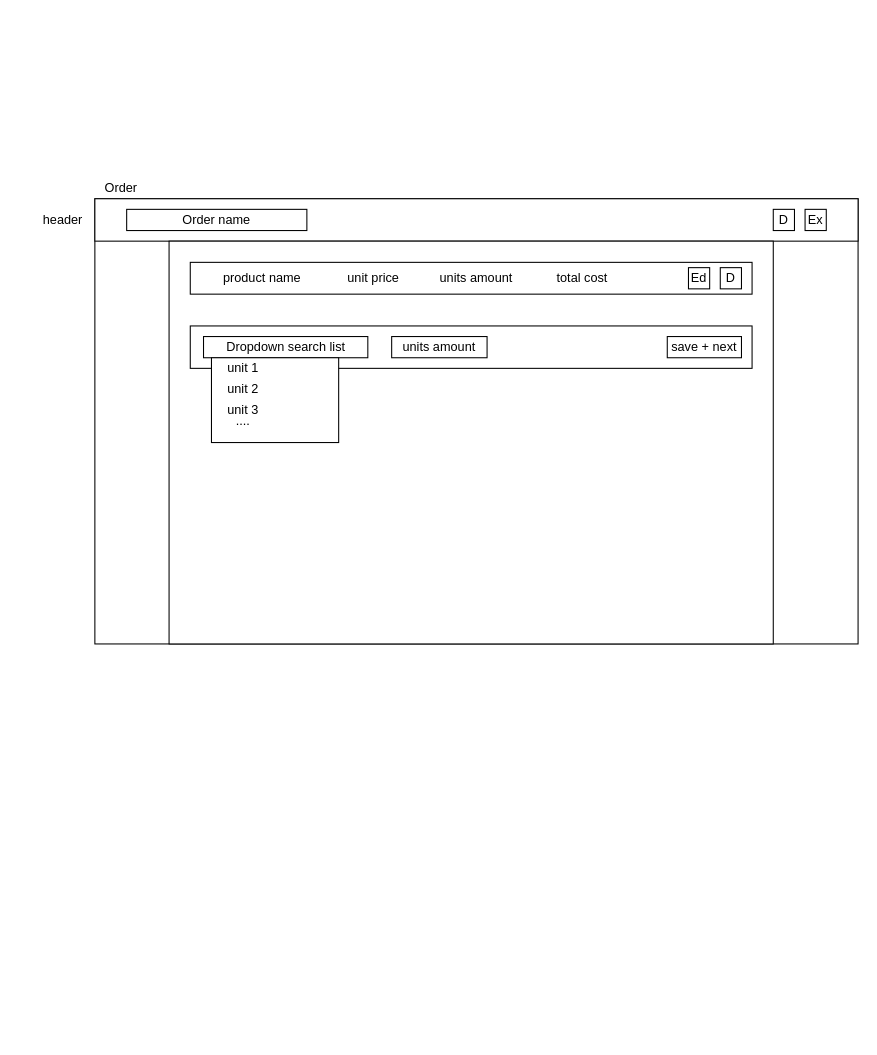
The draw.io diagram CalculatorLayout.drawio in PavelMikh/GoodsCostCalculator, before the edit. Source tidied: cells renumbered, new cells numbered last; positions are measured from the earlier drawing's top-left corner, leaving out a move shared by most shapes. Both pictures are drawn from the tidied source at 106%, with x=0, y=0 at pixel (41, 177).
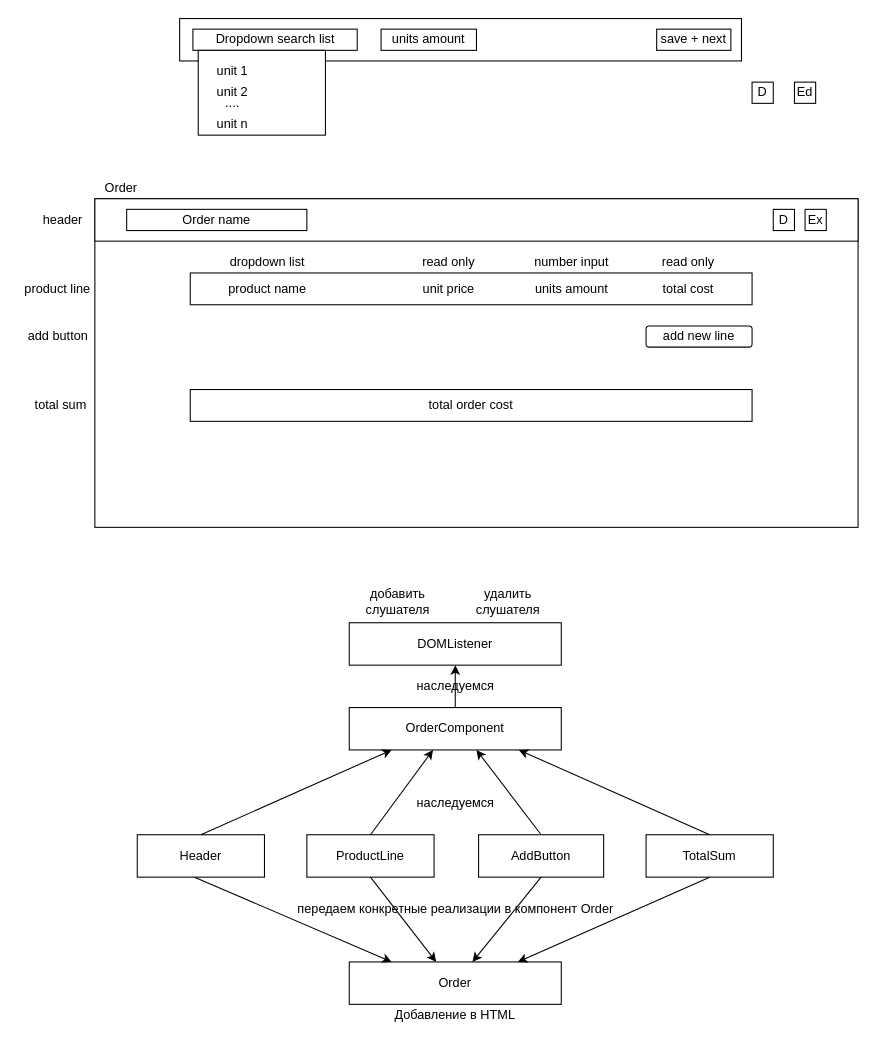
Above is the later version.

Change to the diagram source:
```diff
@@
     <mxCell id="2" style="rounded=0;whiteSpace=wrap;html=1;" parent="1" vertex="1">
-      <mxGeometry x="50" y="20" width="720" height="420" as="geometry" />
+      <mxGeometry x="50" y="20" width="720" height="310" as="geometry" />
     </mxCell>
@@
-    <mxCell id="9" style="rounded=0;whiteSpace=wrap;html=1;" parent="1" vertex="1">
-      <mxGeometry x="120" y="60" width="570" height="380" as="geometry" />
-    </mxCell>
     <mxCell id="10" style="rounded=0;whiteSpace=wrap;html=1;" parent="1" vertex="1">
-      <mxGeometry x="140" y="80" width="530" height="30" as="geometry" />
+      <mxGeometry x="140" y="90" width="530" height="30" as="geometry" />
     </mxCell>
     <mxCell id="11" value="product name" style="text;html=1;strokeColor=none;fillColor=none;align=center;verticalAlign=middle;whiteSpace=wrap;rounded=0;" parent="1" vertex="1">
-      <mxGeometry x="152.5" y="85" width="110" height="20" as="geometry" />
+      <mxGeometry x="157.5" y="95" width="110" height="20" as="geometry" />
     </mxCell>
     <mxCell id="12" value="units amount" style="text;html=1;strokeColor=none;fillColor=none;align=center;verticalAlign=middle;whiteSpace=wrap;rounded=0;" parent="1" vertex="1">
-      <mxGeometry x="360" y="85" width="100" height="20" as="geometry" />
+      <mxGeometry x="450" y="95" width="100" height="20" as="geometry" />
     </mxCell>
     <mxCell id="13" value="unit price" style="text;html=1;strokeColor=none;fillColor=none;align=center;verticalAlign=middle;whiteSpace=wrap;rounded=0;" parent="1" vertex="1">
-      <mxGeometry x="262.5" y="85" width="100" height="20" as="geometry" />
+      <mxGeometry x="334" y="95" width="100" height="20" as="geometry" />
     </mxCell>
     <mxCell id="14" value="total cost" style="text;html=1;strokeColor=none;fillColor=none;align=center;verticalAlign=middle;whiteSpace=wrap;rounded=0;" parent="1" vertex="1">
-      <mxGeometry x="460" y="85" width="100" height="20" as="geometry" />
+      <mxGeometry x="560" y="95" width="100" height="20" as="geometry" />
     </mxCell>
+    <mxCell id="19" value="Ed" style="whiteSpace=wrap;html=1;" parent="1" vertex="1">
+      <mxGeometry x="710" y="-90" width="20" height="20" as="geometry" />
+    </mxCell>
+    <mxCell id="20" value="D" style="whiteSpace=wrap;html=1;" parent="1" vertex="1">
+      <mxGeometry x="670" y="-90" width="20" height="20" as="geometry" />
+    </mxCell>
+    <mxCell id="26" value="product line" style="text;html=1;strokeColor=none;fillColor=none;align=center;verticalAlign=middle;whiteSpace=wrap;rounded=0;" parent="1" vertex="1">
+      <mxGeometry x="-20" y="95" width="70" height="20" as="geometry" />
+    </mxCell>
+    <mxCell id="27" style="group;" parent="1" vertex="1">
+      <mxGeometry x="130" y="-150" width="530" height="110" as="geometry" />
+    </mxCell>
-    <mxCell id="15" style="rounded=0;whiteSpace=wrap;html=1;" parent="1" vertex="1">
-      <mxGeometry x="140" y="140" width="530" height="40" as="geometry" />
+    <mxCell id="15" style="rounded=0;whiteSpace=wrap;html=1;" parent="27" vertex="1">
+      <mxGeometry width="530" height="40" as="geometry" />
     </mxCell>
-    <mxCell id="16" value="Dropdown search list" style="rounded=0;whiteSpace=wrap;html=1;" parent="1" vertex="1">
-      <mxGeometry x="152.5" y="150" width="155" height="20" as="geometry" />
+    <mxCell id="16" value="Dropdown search list" style="rounded=0;whiteSpace=wrap;html=1;" parent="27" vertex="1">
+      <mxGeometry x="12.5" y="10" width="155" height="20" as="geometry" />
     </mxCell>
-    <mxCell id="17" style="rounded=0;whiteSpace=wrap;html=1;" parent="1" vertex="1">
-      <mxGeometry x="160" y="170" width="120" height="80" as="geometry" />
+    <mxCell id="17" style="rounded=0;whiteSpace=wrap;html=1;" parent="27" vertex="1">
+      <mxGeometry x="17.5" y="30" width="120" height="80" as="geometry" />
     </mxCell>
-    <mxCell id="18" value="units amount" style="rounded=0;whiteSpace=wrap;html=1;" parent="1" vertex="1">
-      <mxGeometry x="330" y="150" width="90" height="20" as="geometry" />
+    <mxCell id="18" value="units amount" style="rounded=0;whiteSpace=wrap;html=1;" parent="27" vertex="1">
+      <mxGeometry x="190" y="10" width="90" height="20" as="geometry" />
     </mxCell>
-    <mxCell id="19" value="Ed" style="whiteSpace=wrap;html=1;" parent="1" vertex="1">
-      <mxGeometry x="610" y="85" width="20" height="20" as="geometry" />
-    </mxCell>
-    <mxCell id="20" value="D" style="whiteSpace=wrap;html=1;" parent="1" vertex="1">
-      <mxGeometry x="640" y="85" width="20" height="20" as="geometry" />
-    </mxCell>
-    <mxCell id="21" value="save + next" style="rounded=0;whiteSpace=wrap;html=1;" parent="1" vertex="1">
-      <mxGeometry x="590" y="150" width="70" height="20" as="geometry" />
+    <mxCell id="21" value="save + next" style="rounded=0;whiteSpace=wrap;html=1;" parent="27" vertex="1">
+      <mxGeometry x="450" y="10" width="70" height="20" as="geometry" />
     </mxCell>
-    <mxCell id="22" value="unit 1" style="text;html=1;strokeColor=none;fillColor=none;align=center;verticalAlign=middle;whiteSpace=wrap;rounded=0;" parent="1" vertex="1">
-      <mxGeometry x="170" y="170" width="40" height="20" as="geometry" />
+    <mxCell id="22" value="unit 1" style="text;html=1;strokeColor=none;fillColor=none;align=center;verticalAlign=middle;whiteSpace=wrap;rounded=0;" parent="27" vertex="1">
+      <mxGeometry x="30" y="40" width="40" height="20" as="geometry" />
     </mxCell>
-    <mxCell id="23" value="unit 2" style="text;html=1;strokeColor=none;fillColor=none;align=center;verticalAlign=middle;whiteSpace=wrap;rounded=0;" parent="1" vertex="1">
-      <mxGeometry x="170" y="190" width="40" height="20" as="geometry" />
-    </mxCell>
-    <mxCell id="24" value="unit 3" style="text;html=1;strokeColor=none;fillColor=none;align=center;verticalAlign=middle;whiteSpace=wrap;rounded=0;" parent="1" vertex="1">
-      <mxGeometry x="170" y="210" width="40" height="20" as="geometry" />
+    <mxCell id="24" value="unit n" style="text;html=1;strokeColor=none;fillColor=none;align=center;verticalAlign=middle;whiteSpace=wrap;rounded=0;" parent="27" vertex="1">
+      <mxGeometry x="30" y="90" width="40" height="20" as="geometry" />
     </mxCell>
-    <mxCell id="25" value="...." style="text;html=1;strokeColor=none;fillColor=none;align=center;verticalAlign=middle;whiteSpace=wrap;rounded=0;" parent="1" vertex="1">
-      <mxGeometry x="170" y="220" width="40" height="20" as="geometry" />
+    <mxCell id="25" value="...." style="text;html=1;strokeColor=none;fillColor=none;align=center;verticalAlign=middle;whiteSpace=wrap;rounded=0;" parent="27" vertex="1">
+      <mxGeometry x="30" y="70" width="40" height="20" as="geometry" />
     </mxCell>
+    <mxCell id="23" value="unit 2" style="text;html=1;strokeColor=none;fillColor=none;align=center;verticalAlign=middle;whiteSpace=wrap;rounded=0;" parent="27" vertex="1">
+      <mxGeometry x="30" y="60" width="40" height="20" as="geometry" />
+    </mxCell>
+    <mxCell id="28" value="dropdown list" style="text;html=1;strokeColor=none;fillColor=none;align=center;verticalAlign=middle;whiteSpace=wrap;rounded=0;" parent="1" vertex="1">
+      <mxGeometry x="168.5" y="70" width="88" height="20" as="geometry" />
+    </mxCell>
+    <mxCell id="29" value="read only" style="text;html=1;strokeColor=none;fillColor=none;align=center;verticalAlign=middle;whiteSpace=wrap;rounded=0;" parent="1" vertex="1">
+      <mxGeometry x="356" y="70" width="56" height="20" as="geometry" />
+    </mxCell>
+    <mxCell id="30" value="read only" style="text;html=1;strokeColor=none;fillColor=none;align=center;verticalAlign=middle;whiteSpace=wrap;rounded=0;" parent="1" vertex="1">
+      <mxGeometry x="580" y="70" width="60" height="20" as="geometry" />
+    </mxCell>
+    <mxCell id="31" value="number input" style="text;html=1;strokeColor=none;fillColor=none;align=center;verticalAlign=middle;whiteSpace=wrap;rounded=0;" parent="1" vertex="1">
+      <mxGeometry x="460" y="70" width="80" height="20" as="geometry" />
+    </mxCell>
+    <mxCell id="32" value="add new line" style="rounded=1;whiteSpace=wrap;html=1;" parent="1" vertex="1">
+      <mxGeometry x="570" y="140" width="100" height="20" as="geometry" />
+    </mxCell>
+    <mxCell id="33" value="total order cost" style="rounded=0;whiteSpace=wrap;html=1;" parent="1" vertex="1">
+      <mxGeometry x="140" y="200" width="530" height="30" as="geometry" />
+    </mxCell>
+    <mxCell id="34" value="add button" style="text;html=1;strokeColor=none;fillColor=none;align=center;verticalAlign=middle;whiteSpace=wrap;rounded=0;" parent="1" vertex="1">
+      <mxGeometry x="-22.5" y="140" width="75" height="20" as="geometry" />
+    </mxCell>
+    <mxCell id="35" value="total sum" style="text;html=1;strokeColor=none;fillColor=none;align=center;verticalAlign=middle;whiteSpace=wrap;rounded=0;" parent="1" vertex="1">
+      <mxGeometry x="-17.5" y="205" width="70" height="20" as="geometry" />
+    </mxCell>
+    <mxCell id="36" value="DOMListener" style="rounded=0;whiteSpace=wrap;html=1;" parent="1" vertex="1">
+      <mxGeometry x="290" y="420" width="200" height="40" as="geometry" />
+    </mxCell>
+    <mxCell id="37" style="endArrow=classic;html=1;exitX=0.5;exitY=0;exitDx=0;exitDy=0;entryX=0.5;entryY=1;entryDx=0;entryDy=0;" parent="1" edge="1" source="38" target="36">
+      <mxGeometry relative="1" as="geometry" />
+    </mxCell>
+    <mxCell id="38" value="OrderComponent" style="rounded=0;whiteSpace=wrap;html=1;" parent="1" vertex="1">
+      <mxGeometry x="290" y="500" width="200" height="40" as="geometry" />
+    </mxCell>
+    <mxCell id="39" value="Header" style="rounded=0;whiteSpace=wrap;html=1;" parent="1" vertex="1">
+      <mxGeometry x="90" y="620" width="120" height="40" as="geometry" />
+    </mxCell>
+    <mxCell id="40" value="ProductLine" style="rounded=0;whiteSpace=wrap;html=1;" parent="1" vertex="1">
+      <mxGeometry x="250" y="620" width="120" height="40" as="geometry" />
+    </mxCell>
+    <mxCell id="41" value="AddButton" style="rounded=0;whiteSpace=wrap;html=1;" parent="1" vertex="1">
+      <mxGeometry x="412" y="620" width="118" height="40" as="geometry" />
+    </mxCell>
+    <mxCell id="42" value="TotalSum" style="rounded=0;whiteSpace=wrap;html=1;" parent="1" vertex="1">
+      <mxGeometry x="570" y="620" width="120" height="40" as="geometry" />
+    </mxCell>
+    <mxCell id="43" style="endArrow=classic;html=1;exitX=0.5;exitY=0;exitDx=0;exitDy=0;" parent="1" edge="1" source="39">
+      <mxGeometry relative="1" as="geometry">
+        <mxPoint x="330" y="540" as="targetPoint" />
+      </mxGeometry>
+    </mxCell>
+    <mxCell id="44" style="endArrow=classic;html=1;exitX=0.5;exitY=0;exitDx=0;exitDy=0;" parent="1" edge="1" source="40">
+      <mxGeometry relative="1" as="geometry">
+        <mxPoint x="369" y="540" as="targetPoint" />
+      </mxGeometry>
+    </mxCell>
+    <mxCell id="45" style="endArrow=classic;html=1;exitX=0.5;exitY=0;exitDx=0;exitDy=0;" parent="1" edge="1" source="41">
+      <mxGeometry relative="1" as="geometry">
+        <mxPoint x="410" y="540" as="targetPoint" />
+      </mxGeometry>
+    </mxCell>
+    <mxCell id="46" style="endArrow=classic;html=1;exitX=0.5;exitY=0;exitDx=0;exitDy=0;" parent="1" edge="1" source="42">
+      <mxGeometry relative="1" as="geometry">
+        <mxPoint x="450" y="540" as="targetPoint" />
+      </mxGeometry>
+    </mxCell>
+    <mxCell id="47" value="Order" style="rounded=0;whiteSpace=wrap;html=1;" parent="1" vertex="1">
+      <mxGeometry x="290" y="740" width="200" height="40" as="geometry" />
+    </mxCell>
+    <mxCell id="48" style="endArrow=classic;html=1;exitX=0.45;exitY=1;exitDx=0;exitDy=0;exitPerimeter=0;entryX=0.2;entryY=0;entryDx=0;entryDy=0;entryPerimeter=0;" parent="1" edge="1" source="39" target="47">
+      <mxGeometry relative="1" as="geometry" />
+    </mxCell>
+    <mxCell id="49" style="endArrow=classic;html=1;exitX=0.5;exitY=1;exitDx=0;exitDy=0;entryX=0.41;entryY=0;entryDx=0;entryDy=0;entryPerimeter=0;" parent="1" edge="1" source="40" target="47">
+      <mxGeometry relative="1" as="geometry" />
+    </mxCell>
+    <mxCell id="50" style="endArrow=classic;html=1;exitX=0.5;exitY=1;exitDx=0;exitDy=0;" parent="1" edge="1" source="41" target="47">
+      <mxGeometry relative="1" as="geometry" />
+    </mxCell>
+    <mxCell id="51" style="endArrow=classic;html=1;exitX=0.5;exitY=1;exitDx=0;exitDy=0;" parent="1" edge="1" source="42">
+      <mxGeometry relative="1" as="geometry">
+        <mxPoint x="449" y="740" as="targetPoint" />
+      </mxGeometry>
+    </mxCell>
+    <mxCell id="52" value="Добавление в HTML" style="text;html=1;strokeColor=none;fillColor=none;align=center;verticalAlign=middle;whiteSpace=wrap;rounded=0;" parent="1" vertex="1">
+      <mxGeometry x="330" y="770" width="120" height="40" as="geometry" />
+    </mxCell>
+    <mxCell id="53" value="добавить&lt;br&gt;слушателя" style="text;html=1;strokeColor=none;fillColor=none;align=center;verticalAlign=middle;whiteSpace=wrap;rounded=0;" parent="1" vertex="1">
+      <mxGeometry x="316" y="390" width="40" height="20" as="geometry" />
+    </mxCell>
+    <mxCell id="54" value="удалить&lt;br&gt;слушателя" style="text;html=1;strokeColor=none;fillColor=none;align=center;verticalAlign=middle;whiteSpace=wrap;rounded=0;" parent="1" vertex="1">
+      <mxGeometry x="420" y="390" width="40" height="20" as="geometry" />
+    </mxCell>
+    <mxCell id="55" value="наследуемся" style="text;html=1;align=center;verticalAlign=middle;" parent="1" vertex="1">
+      <mxGeometry x="345" y="470" width="90" height="20" as="geometry" />
+    </mxCell>
+    <mxCell id="56" value="наследуемся" style="text;html=1;align=center;verticalAlign=middle;" parent="1" vertex="1">
+      <mxGeometry x="345" y="580" width="90" height="20" as="geometry" />
+    </mxCell>
+    <mxCell id="57" value="передаем конкретные реализации в компонент Order" style="text;html=1;align=center;verticalAlign=middle;" parent="1" vertex="1">
+      <mxGeometry x="235" y="680" width="310" height="20" as="geometry" />
+    </mxCell>
```
